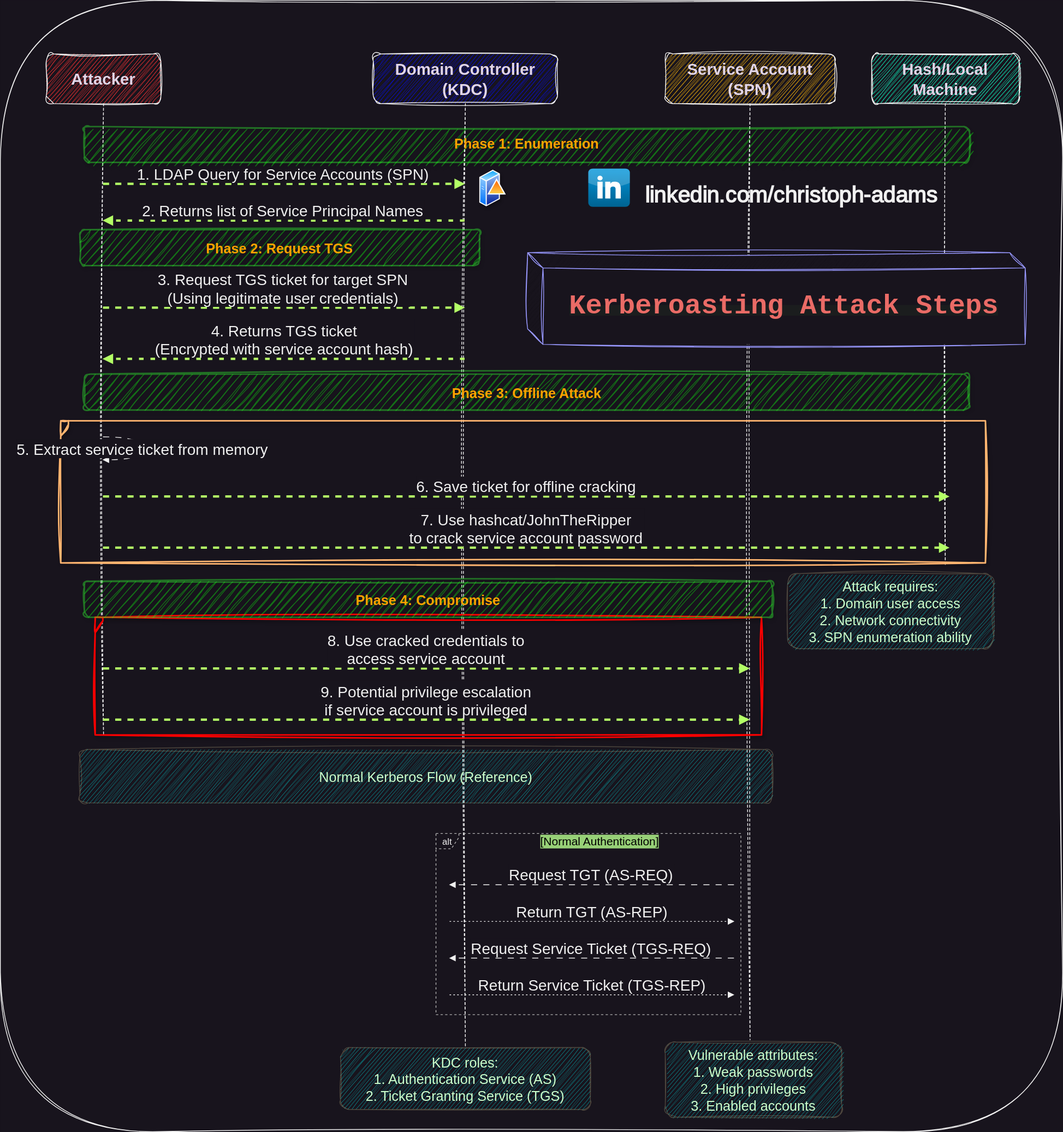
Before: content/Cybersecurity/Diagrams as Code/kerberoast.svg, a diagram exported from draw.io (chris-adams-tech/rabb1th0les). Source tidied: cells renumbered, new cells last; positions are measured from the earlier drawing's top-left corner, leaving out a move shared by most shapes.
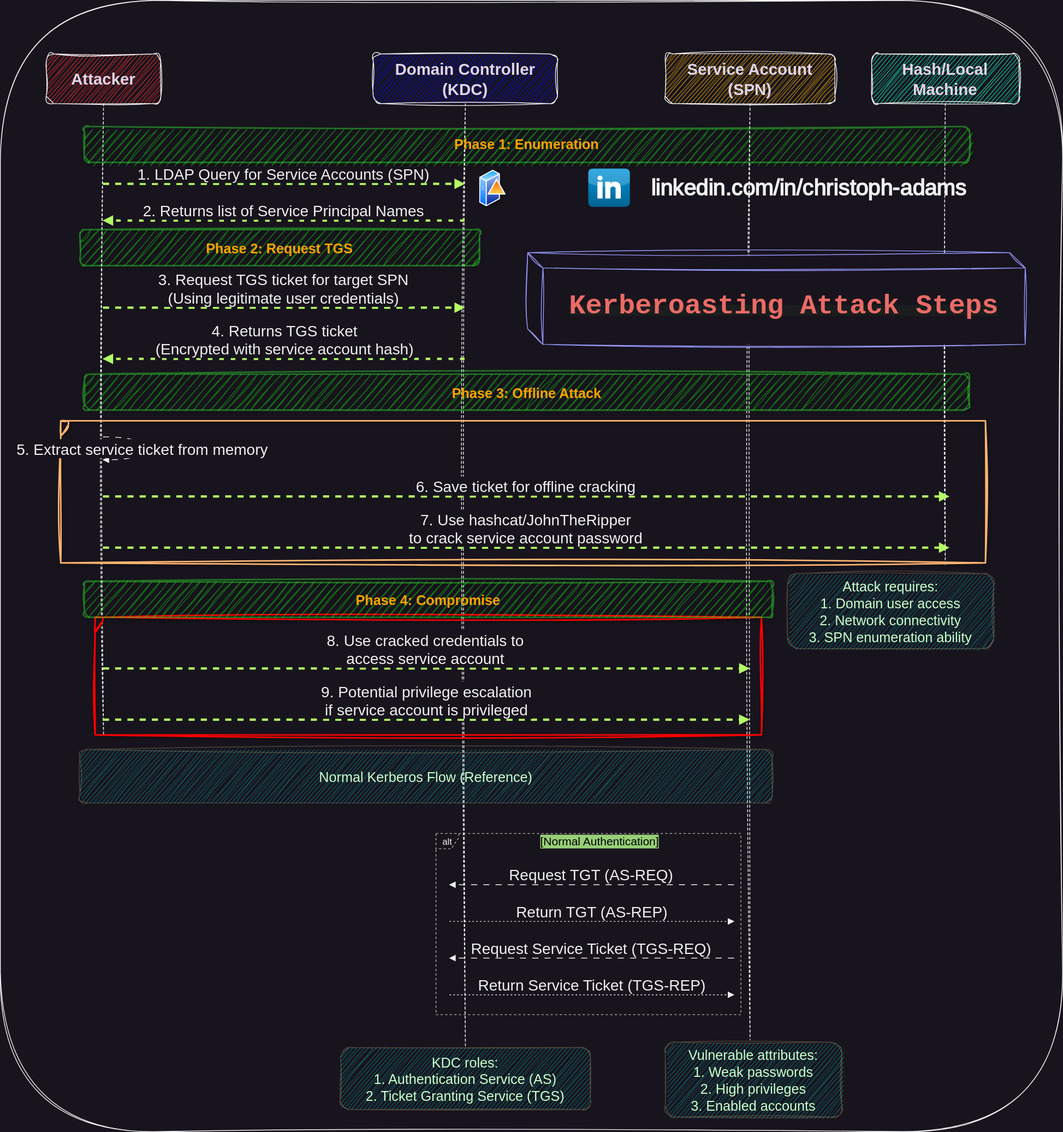
The same diagram one commit later.

Change to the diagram source:
```diff
@@ -177,8 +177,8 @@
     <mxCell id="33" style="dashed=0;html=1;align=center;labelPosition=center;verticalLabelPosition=bottom;verticalAlign=top;shape=mxgraph.webicons.linkedin;fillColor=#0095DB;gradientColor=#006391;hachureGap=4;fontFamily=Architects Daughter;fontSource=https%3A%2F%2Ffonts.googleapis.com%2Fcss%3Ffamily%3DArchitects%2BDaughter;" parent="1" vertex="1">
       <mxGeometry x="769.3" y="220" width="54.4" height="50" as="geometry" />
     </mxCell>
-    <mxCell id="34" value="&lt;font size=&quot;1&quot; style=&quot;&quot;&gt;&lt;b style=&quot;font-size: 29px;&quot;&gt;linkedin.com/christoph-adams&lt;/b&gt;&lt;/font&gt;" style="text;html=1;align=center;verticalAlign=middle;whiteSpace=wrap;rounded=0;fontFamily=Architects Daughter;fontSource=https%3A%2F%2Ffonts.googleapis.com%2Fcss%3Ffamily%3DArchitects%2BDaughter;fontColor=default;" parent="1" vertex="1">
-      <mxGeometry x="840" y="240" width="390" height="30" as="geometry" />
+    <mxCell id="34" value="&lt;font size=&quot;1&quot; style=&quot;&quot;&gt;&lt;b style=&quot;font-size: 29px;&quot;&gt;linkedin.com/in/christoph-adams&lt;/b&gt;&lt;/font&gt;" style="text;html=1;align=center;verticalAlign=middle;whiteSpace=wrap;rounded=0;fontFamily=Architects Daughter;fontSource=https%3A%2F%2Ffonts.googleapis.com%2Fcss%3Ffamily%3DArchitects%2BDaughter;fontColor=default;" parent="1" vertex="1">
+      <mxGeometry x="848" y="231" width="420" height="30" as="geometry" />
     </mxCell>
     <mxCell id="35" value="&lt;span style=&quot;color: rgb(234, 107, 102); font-style: normal; font-variant-ligatures: normal; font-variant-caps: normal; font-weight: 700; letter-spacing: normal; orphans: 2; text-align: center; text-indent: 0px; text-transform: none; widows: 2; word-spacing: 0px; -webkit-text-stroke-width: 0px; white-space: nowrap; background-color: rgb(27, 29, 30); text-decoration-thickness: initial; text-decoration-style: initial; text-decoration-color: initial; float: none; display: inline !important;&quot;&gt;&lt;font face=&quot;Courier New&quot; style=&quot;font-size: 36px;&quot;&gt;Kerberoasting Attack Steps&lt;/font&gt;&lt;/span&gt;" style="shape=cube;whiteSpace=wrap;html=1;boundedLbl=1;backgroundOutline=1;darkOpacity=0.05;darkOpacity2=0.1;sketch=1;hachureGap=4;jiggle=2;curveFitting=1;fontFamily=Architects Daughter;fontSource=https%3A%2F%2Ffonts.googleapis.com%2Fcss%3Ffamily%3DArchitects%2BDaughter;strokeColor=#9999FF;" parent="1" vertex="1">
       <mxGeometry x="690" y="330" width="651" height="120" as="geometry" />
```
